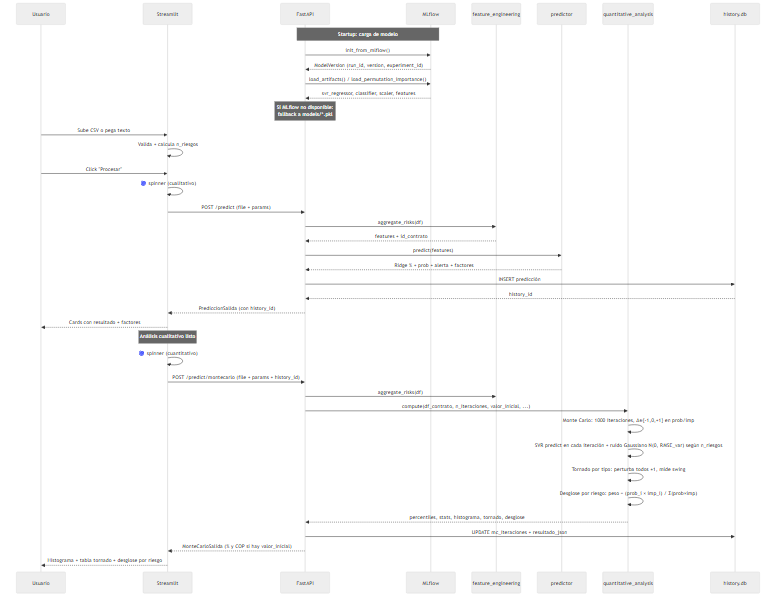
Above: docs/diagrams/8_4_flujo_de_datos_predicci_n.png in sanan1297/risk_project (Mermaid), before the change. Its source is kept beside it as docs/diagrams/8_4_flujo_de_datos_predicci_n.mmd.
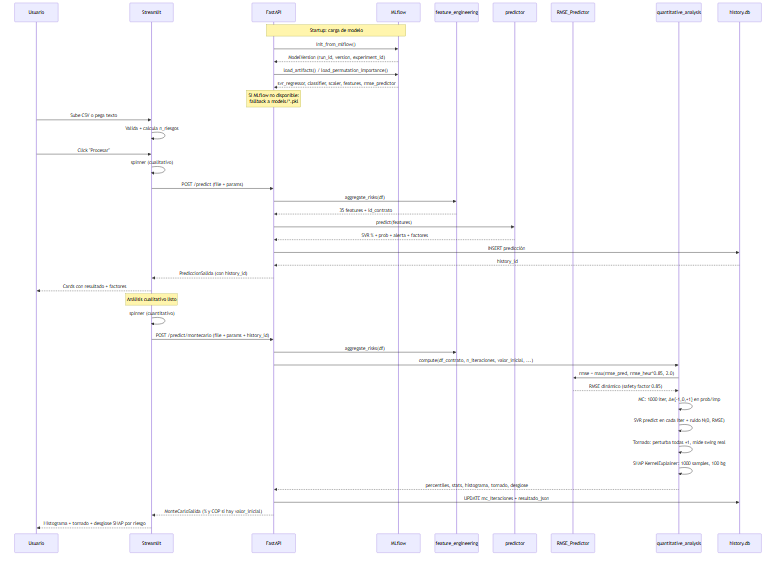
The same diagram one commit later.

Change to the diagram source:
```diff
@@ -5,6 +5,7 @@
     participant ML as MLflow
     participant FE as feature_engineering
     participant P as predictor
+    participant RP as RMSE_Predictor
     participant QA as quantitative_analysis
     participant DB as history.db
 
@@ -12,33 +13,35 @@
     B->>ML: init_from_mlflow()
     ML-->>B: ModelVersion (run_id, version, experiment_id)
     B->>ML: load_artifacts() / load_permutation_importance()
-    ML-->>B: svr_regressor, classifier, scaler, features
+    ML-->>B: svr_regressor, classifier, scaler, features, rmse_predictor
     Note over B: Si MLflow no disponible:<br/>fallback a models/*.pkl
 
     U->>F: Sube CSV o pega texto
     F->>F: Valida + calcula n_riesgos
     U->>F: Click "Procesar"
-    F->>F: 🌀 spinner (cualitativo)
+    F->>F: spinner (cualitativo)
     F->>B: POST /predict (file + params)
     B->>FE: aggregate_risks(df)
-    FE-->>B: features + id_contrato
+    FE-->>B: 35 features + id_contrato
     B->>P: predict(features)
-    P-->>B: Ridge % + prob + alerta + factores
+    P-->>B: SVR % + prob + alerta + factores
     B->>DB: INSERT predicción
     DB-->>B: history_id
     B-->>F: PrediccionSalida (con history_id)
     F-->>U: Cards con resultado + factores
     Note over F: Análisis cualitativo listo
 
-    F->>F: 🌀 spinner (cuantitativo)
+    F->>F: spinner (cuantitativo)
     F->>B: POST /predict/montecarlo (file + params + history_id)
     B->>FE: aggregate_risks(df)
     B->>QA: compute(df_contrato, n_iteraciones, valor_inicial, ...)
-    QA->>QA: Monte Carlo: 1000 iteraciones, Δ∈{-1,0,+1} en prob/imp
-    QA->>QA: SVR predict en cada iteración + ruido Gaussiano N(0, RMSE_var) según n_riesgos
-    QA->>QA: Tornado por tipo: perturba todos ±1, mide swing
-    QA->>QA: Desglose por riesgo: peso = (prob_i × imp_i) / Σ(prob×imp)
+    QA->>RP: rmse = max(rmse_pred, rmse_heur*0.85, 2.0)
+    RP-->>QA: RMSE dinámico (safety factor 0.85)
+    QA->>QA: MC: 1000 iter, Δ∈{-1,0,+1} en prob/imp
+    QA->>QA: SVR predict en cada iter + ruido N(0, RMSE)
+    QA->>QA: Tornado: perturba todas ±1, mide swing real
+    QA->>QA: SHAP KernelExplainer: 1000 samples, 100 bg
     QA-->>B: percentiles, stats, histograma, tornado, desglose
     B->>DB: UPDATE mc_iteraciones + resultado_json
     B-->>F: MonteCarloSalida (% y COP si hay valor_inicial)
-    F-->>U: Histograma + tabla tornado + desglose por riesgo
+    F-->>U: Histograma + tornado + desglose SHAP por riesgo
```
